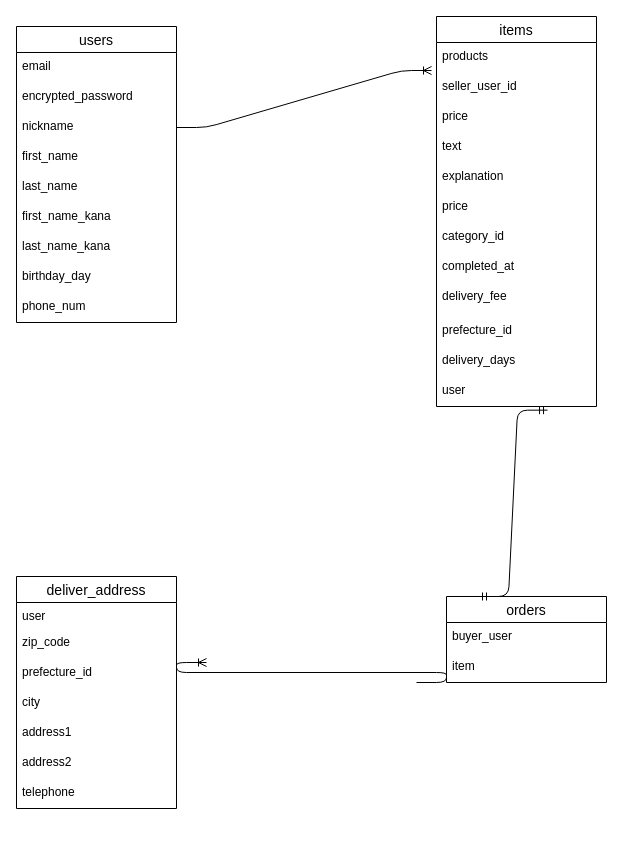
This is test.dio from 820sayama/furima-37106, a draw.io file, before an edit. Source tidied: cells renumbered, new cells numbered last; positions are measured from the earlier drawing's top-left corner, leaving out a move shared by most shapes. Both pictures are drawn from the tidied source at 100%, with x=0, y=0 at pixel (16, 16).
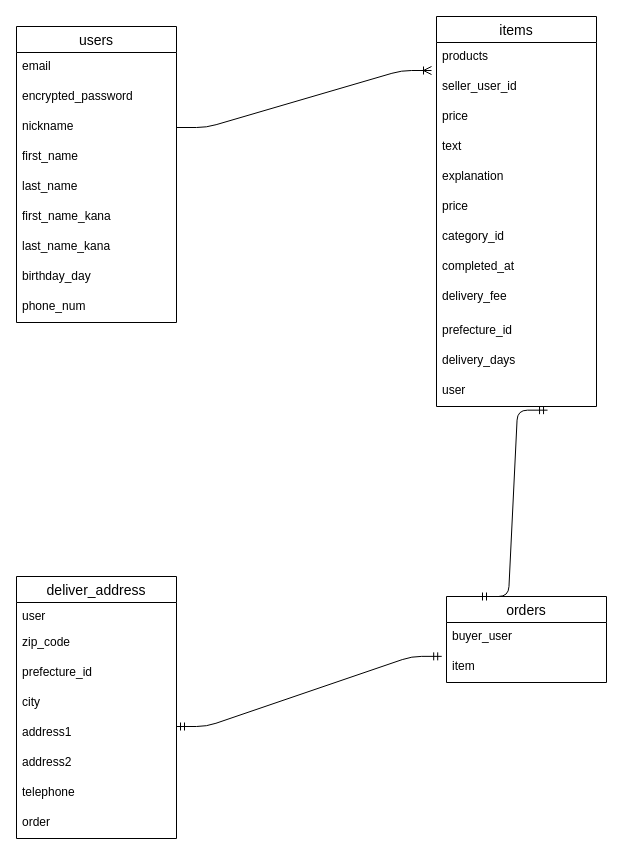
After the change.

Unchanged cells that the change refers to:
```xml
<mxCell id="27" value="item  " style="text;strokeColor=none;fillColor=none;spacingLeft=4;spacingRight=4;overflow=hidden;points=[[0,0.5],[1,0.5]];portConstraint=eastwest;fontSize=12;" parent="25" vertex="1">
  <mxGeometry y="56" width="160" height="30" as="geometry" />
</mxCell>
```

The edit, as a diff of the source:
```diff
@@
     <mxCell id="28" value="deliver_address" style="swimlane;fontStyle=0;horizontal=1;startSize=26;align=center;fontSize=14;" parent="1" vertex="1">
-      <mxGeometry y="560" width="160" height="232" as="geometry" />
+      <mxGeometry y="560" width="160" height="262" as="geometry" />
     </mxCell>
@@
+    <mxCell id="39" value="order" style="text;strokeColor=none;fillColor=none;spacingLeft=4;spacingRight=4;overflow=hidden;fontSize=12;" parent="28" vertex="1">
+      <mxGeometry y="232" width="160" height="30" as="geometry" />
+    </mxCell>
@@
-    <mxCell id="38" style="edgeStyle=entityRelationEdgeStyle;fontSize=12;html=1;endArrow=ERoneToMany;" parent="1" edge="1">
-      <mxGeometry relative="1" as="geometry">
-        <mxPoint x="400" y="666" as="sourcePoint" />
-        <mxPoint x="190" y="646" as="targetPoint" />
-      </mxGeometry>
-    </mxCell>
+    <mxCell id="40" style="edgeStyle=entityRelationEdgeStyle;fontSize=12;html=1;endArrow=ERmandOne;startArrow=ERmandOne;entryX=-0.03;entryY=0.129;entryDx=0;entryDy=0;entryPerimeter=0;" parent="1" edge="1" target="27">
+      <mxGeometry relative="1" as="geometry">
+        <mxPoint x="160" y="710" as="sourcePoint" />
+      </mxGeometry>
+    </mxCell>
```
